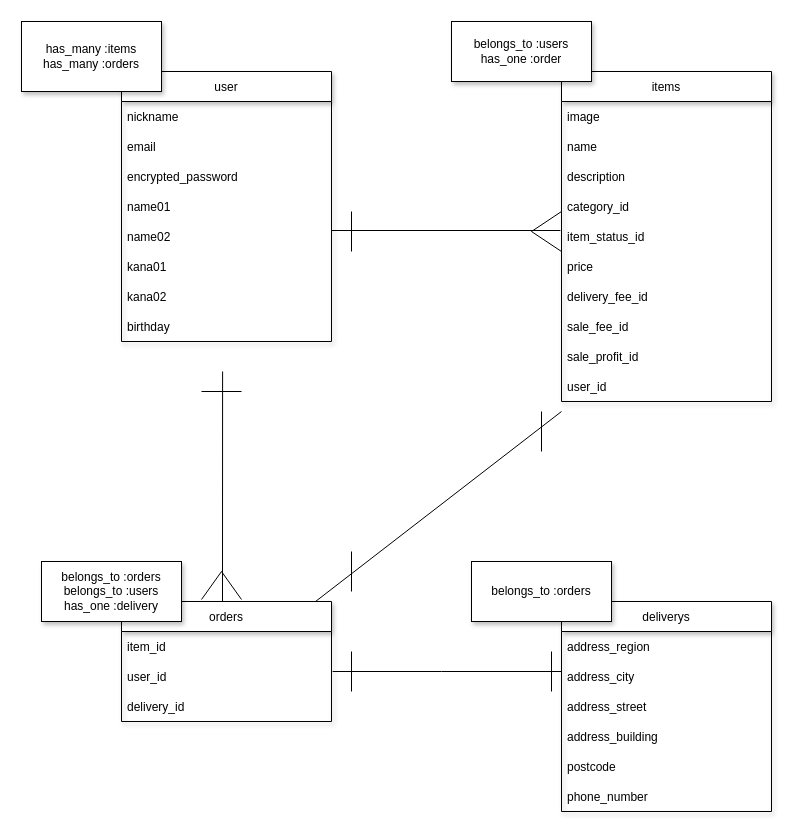
dongwoo1122/furima-38094 keeps this draw.io diagram as furima.dio. Above is the earlier version. Source tidied: cells renumbered, new cells numbered last; positions are measured from the earlier drawing's top-left corner, leaving out a move shared by most shapes. Both pictures are drawn from the tidied source at 100%, with x=0, y=0 at pixel (21, 21).
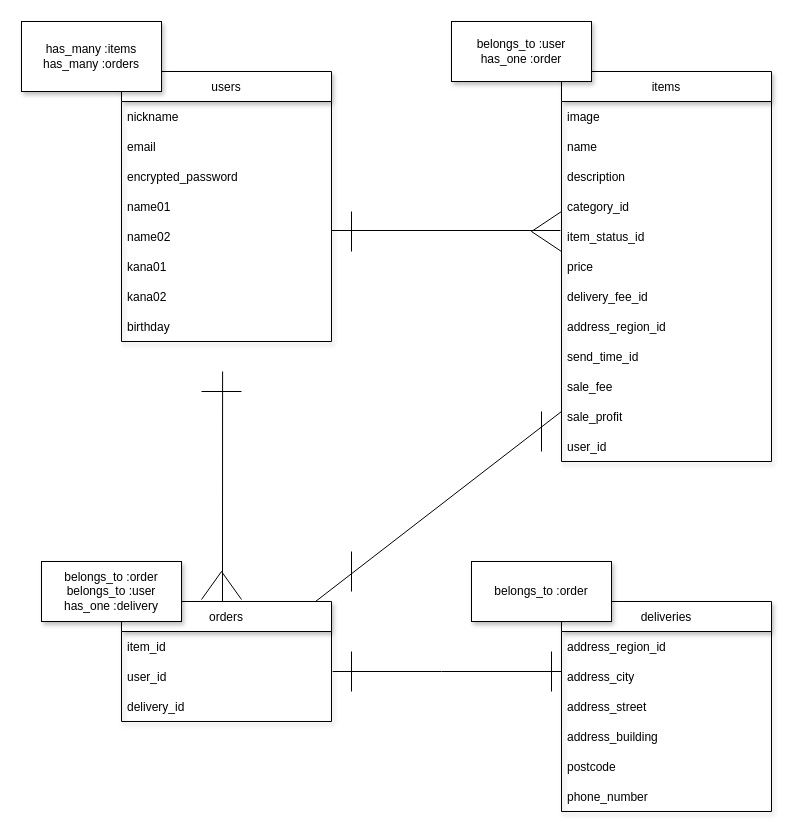
After the change.

Change to the diagram source:
```diff
@@
-    <mxCell id="2" value="user" style="swimlane;fontStyle=0;horizontal=1;startSize=30;shadow=1;" parent="1" vertex="1">
+    <mxCell id="2" value="users" style="swimlane;fontStyle=0;horizontal=1;startSize=30;shadow=1;" parent="1" vertex="1">
       <mxGeometry x="100" y="50" width="210" height="270" as="geometry" />
     </mxCell>
@@
     <mxCell id="11" value="items" style="swimlane;fontStyle=0;horizontal=1;startSize=30;shadow=1;" parent="1" vertex="1">
-      <mxGeometry x="540" y="50" width="210" height="330" as="geometry" />
+      <mxGeometry x="540" y="50" width="210" height="390" as="geometry" />
     </mxCell>
@@
+    <mxCell id="49" value="address_region_id" style="text;strokeColor=none;fillColor=none;align=left;verticalAlign=middle;spacingLeft=4;spacingRight=4;overflow=hidden;" parent="11" vertex="1">
+      <mxGeometry y="240" width="210" height="30" as="geometry" />
+    </mxCell>
+    <mxCell id="50" value="send_time_id" style="text;strokeColor=none;fillColor=none;align=left;verticalAlign=middle;spacingLeft=4;spacingRight=4;overflow=hidden;" parent="11" vertex="1">
+      <mxGeometry y="270" width="210" height="30" as="geometry" />
+    </mxCell>
-    <mxCell id="19" value="sale_fee_id" style="text;strokeColor=none;fillColor=none;align=left;verticalAlign=middle;spacingLeft=4;spacingRight=4;overflow=hidden;" parent="11" vertex="1">
-      <mxGeometry y="240" width="210" height="30" as="geometry" />
+    <mxCell id="19" value="sale_fee" style="text;strokeColor=none;fillColor=none;align=left;verticalAlign=middle;spacingLeft=4;spacingRight=4;overflow=hidden;" parent="11" vertex="1">
+      <mxGeometry y="300" width="210" height="30" as="geometry" />
     </mxCell>
-    <mxCell id="20" value="sale_profit_id" style="text;strokeColor=none;fillColor=none;align=left;verticalAlign=middle;spacingLeft=4;spacingRight=4;overflow=hidden;" parent="11" vertex="1">
-      <mxGeometry y="270" width="210" height="30" as="geometry" />
+    <mxCell id="20" value="sale_profit" style="text;strokeColor=none;fillColor=none;align=left;verticalAlign=middle;spacingLeft=4;spacingRight=4;overflow=hidden;" parent="11" vertex="1">
+      <mxGeometry y="330" width="210" height="30" as="geometry" />
     </mxCell>
     <mxCell id="21" value="user_id" style="text;strokeColor=none;fillColor=none;align=left;verticalAlign=middle;spacingLeft=4;spacingRight=4;overflow=hidden;" parent="11" vertex="1">
-      <mxGeometry y="300" width="210" height="30" as="geometry" />
+      <mxGeometry y="360" width="210" height="30" as="geometry" />
     </mxCell>
@@
-    <mxCell id="26" value="deliverys" style="swimlane;fontStyle=0;horizontal=1;startSize=30;shadow=1;" parent="1" vertex="1">
+    <mxCell id="26" value="deliveries" style="swimlane;fontStyle=0;horizontal=1;startSize=30;shadow=1;" parent="1" vertex="1">
       <mxGeometry x="540" y="580" width="210" height="210" as="geometry" />
     </mxCell>
-    <mxCell id="27" value="address_region    " style="text;strokeColor=none;fillColor=none;align=left;verticalAlign=middle;spacingLeft=4;spacingRight=4;overflow=hidden;" parent="26" vertex="1">
+    <mxCell id="27" value="address_region_id" style="text;strokeColor=none;fillColor=none;align=left;verticalAlign=middle;spacingLeft=4;spacingRight=4;overflow=hidden;" parent="26" vertex="1">
       <mxGeometry y="30" width="210" height="30" as="geometry" />
     </mxCell>
@@
-    <mxCell id="36" value="belongs_to :users&lt;br&gt;has_one :order" style="whiteSpace=wrap;html=1;align=center;shadow=1;" parent="1" vertex="1">
+    <mxCell id="36" value="belongs_to :user&lt;br&gt;has_one :order" style="whiteSpace=wrap;html=1;align=center;shadow=1;" parent="1" vertex="1">
       <mxGeometry x="430" width="140" height="60" as="geometry" />
     </mxCell>
@@
-    <mxCell id="41" value="belongs_to :orders&lt;br&gt;belongs_to :users&lt;br&gt;has_one :delivery" style="whiteSpace=wrap;html=1;align=center;shadow=1;" parent="1" vertex="1">
+    <mxCell id="41" value="belongs_to :order&lt;br&gt;belongs_to :user&lt;br&gt;has_one :delivery" style="whiteSpace=wrap;html=1;align=center;shadow=1;" parent="1" vertex="1">
       <mxGeometry x="20" y="540" width="140" height="60" as="geometry" />
     </mxCell>
@@
-    <mxCell id="48" value="belongs_to :orders" style="whiteSpace=wrap;html=1;align=center;shadow=1;" parent="1" vertex="1">
+    <mxCell id="48" value="belongs_to :order" style="whiteSpace=wrap;html=1;align=center;shadow=1;" parent="1" vertex="1">
       <mxGeometry x="450" y="540" width="140" height="60" as="geometry" />
     </mxCell>
```
